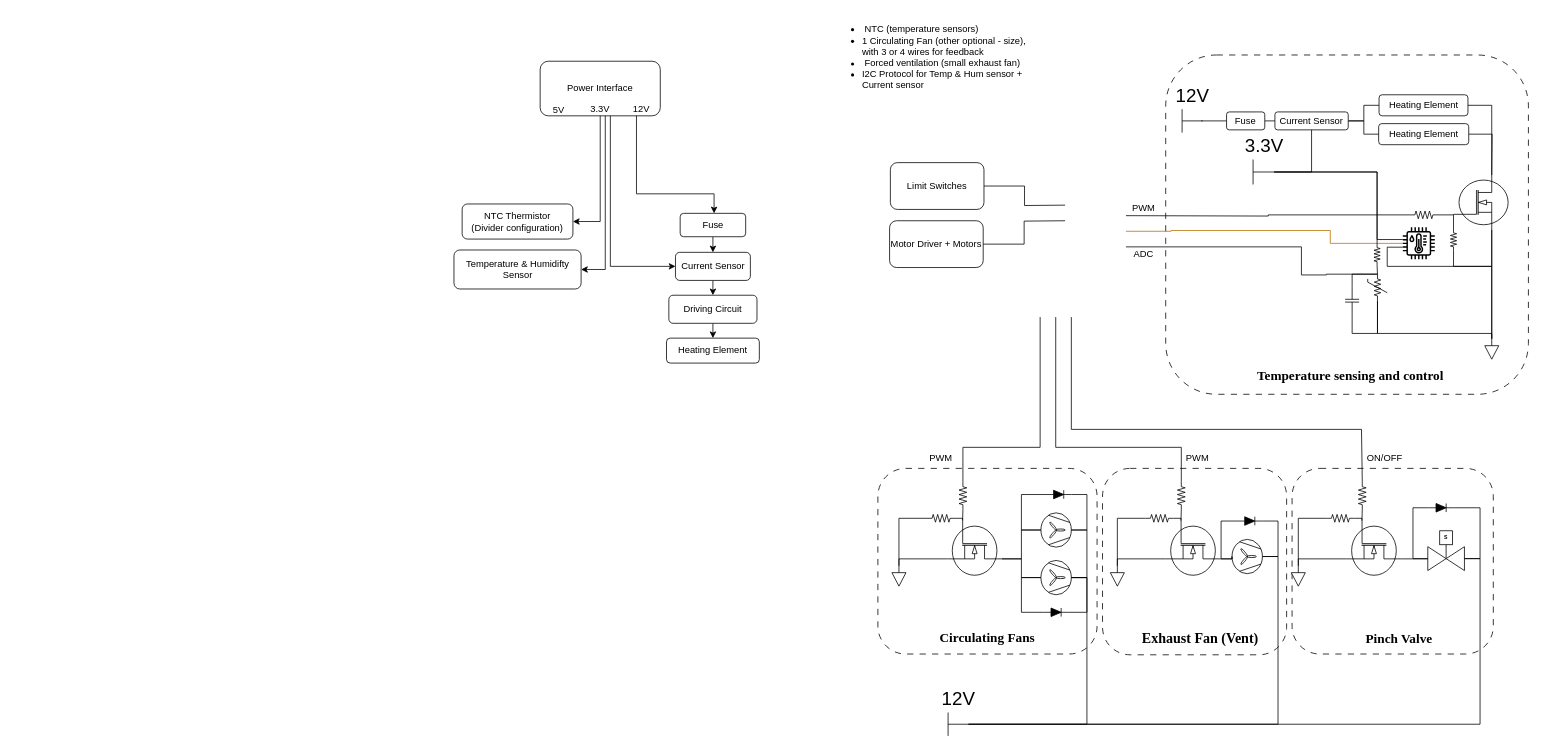
Before: docs/Temp & humidity control.drawio in musyani-io/solar-powered-incubator, a draw.io diagram. Source tidied: cells renumbered, new cells numbered last; positions are measured from the earlier drawing's top-left corner, leaving out a move shared by most shapes. Both pictures are drawn from the tidied source at 78%, with x=0, y=0 at pixel (454, 13).
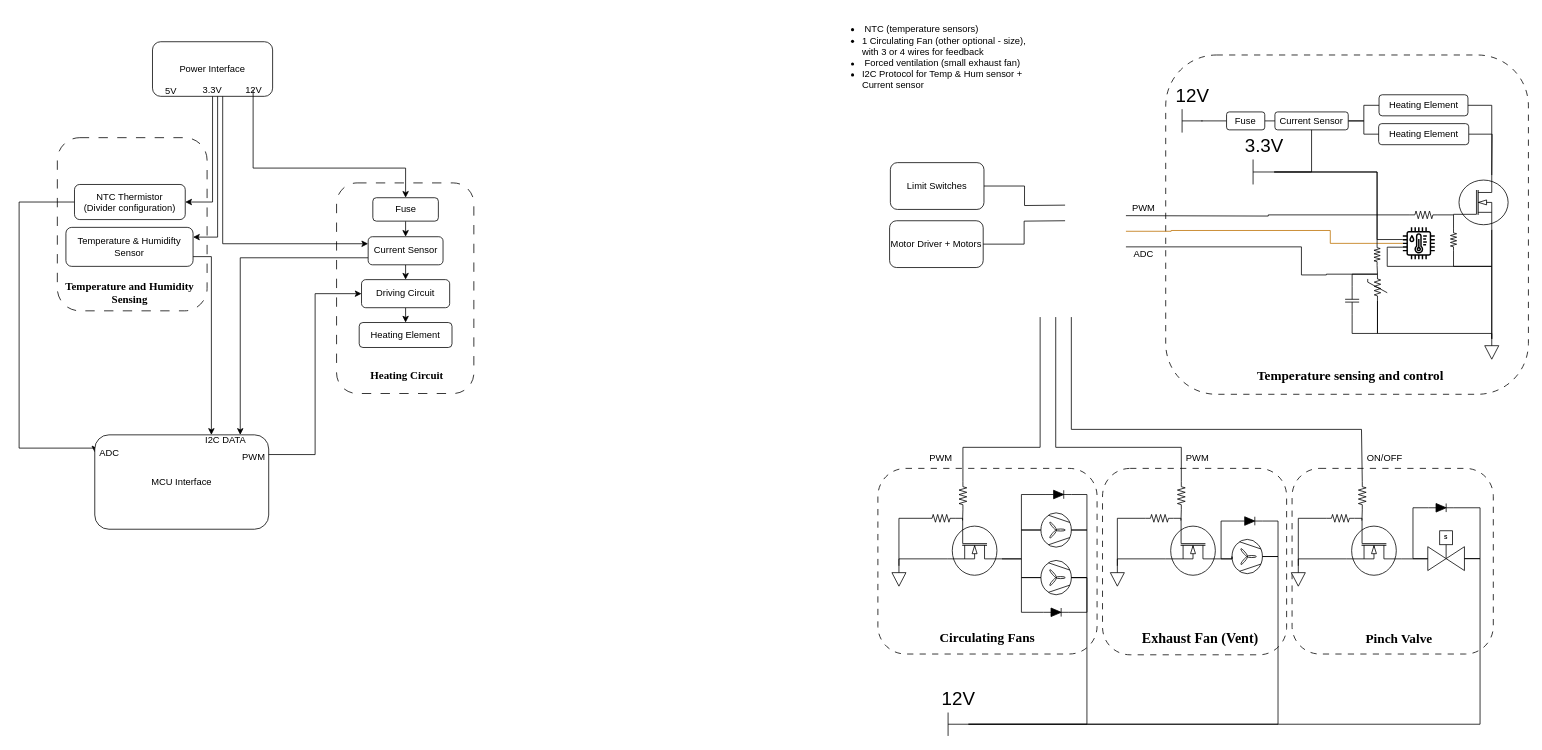
The same page after the edit.

Commit message:
fix: implemented heating circuit & sensing - block schematic

Change to the diagram source:
```diff
@@
+    <mxCell id="124" style="rounded=1;whiteSpace=wrap;html=1;dashed=1;dashPattern=12 12;" parent="1" vertex="1">
+      <mxGeometry x="-151" y="217" width="176" height="270" as="geometry" />
+    </mxCell>
@@
+    <mxCell id="125" style="rounded=1;whiteSpace=wrap;html=1;dashed=1;dashPattern=12 12;" parent="1" vertex="1">
+      <mxGeometry x="-509" y="159" width="192" height="222" as="geometry" />
+    </mxCell>
     <mxCell id="107" value="Power Interface" style="rounded=1;whiteSpace=wrap;html=1;" parent="1" vertex="1">
-      <mxGeometry x="110" y="61" width="154" height="70" as="geometry" />
+      <mxGeometry x="-387" y="36" width="154" height="70" as="geometry" />
     </mxCell>
@@
     <mxCell id="109" value="Fuse" style="rounded=1;whiteSpace=wrap;html=1;" parent="1" vertex="1">
-      <mxGeometry x="289.5" y="256" width="84" height="30" as="geometry" />
+      <mxGeometry x="-104.5" y="236" width="84" height="30" as="geometry" />
     </mxCell>
@@
+    <mxCell id="126" style="edgeStyle=orthogonalEdgeStyle;rounded=0;jettySize=auto;html=1;exitX=0;exitY=0.75;exitDx=0;exitDy=0;entryX=0.75;entryY=0;entryDx=0;entryDy=0;" parent="1" edge="1" source="111" target="132">
+      <mxGeometry relative="1" as="geometry" />
+    </mxCell>
     <mxCell id="111" value="Current Sensor" style="rounded=1;whiteSpace=wrap;html=1;" parent="1" vertex="1">
-      <mxGeometry x="283.5" y="306" width="96" height="36" as="geometry" />
+      <mxGeometry x="-110.5" y="286" width="96" height="36" as="geometry" />
     </mxCell>
     <mxCell id="112" value="Heating Element" style="rounded=1;whiteSpace=wrap;html=1;" parent="1" vertex="1">
-      <mxGeometry x="272" y="416" width="119" height="32" as="geometry" />
+      <mxGeometry x="-122" y="396" width="119" height="32" as="geometry" />
     </mxCell>
+    <mxCell id="127" style="edgeStyle=orthogonalEdgeStyle;rounded=0;jettySize=auto;html=1;exitX=1;exitY=0.75;exitDx=0;exitDy=0;entryX=0.25;entryY=0;entryDx=0;entryDy=0;" parent="1" edge="1" source="113" target="132">
+      <mxGeometry relative="1" as="geometry" />
+    </mxCell>
     <mxCell id="113" value="Temperature &amp;amp; Humidifty Sensor" style="rounded=1;whiteSpace=wrap;html=1;" parent="1" vertex="1">
-      <mxGeometry x="-0.5" y="303" width="163" height="50" as="geometry" />
+      <mxGeometry x="-498" y="274" width="163" height="50" as="geometry" />
     </mxCell>
+    <mxCell id="128" style="edgeStyle=orthogonalEdgeStyle;rounded=0;jettySize=auto;html=1;exitX=0;exitY=0.5;exitDx=0;exitDy=0;entryX=0;entryY=0.5;entryDx=0;entryDy=0;" parent="1" edge="1" source="114" target="131">
+      <mxGeometry relative="1" as="geometry">
+        <Array as="points">
+          <mxPoint x="-558" y="242" />
+          <mxPoint x="-558" y="557" />
+        </Array>
+      </mxGeometry>
+    </mxCell>
     <mxCell id="114" value="NTC Thermistor&lt;div&gt;(Divider configuration)&lt;/div&gt;" style="rounded=1;whiteSpace=wrap;html=1;" parent="1" vertex="1">
-      <mxGeometry x="10" y="244" width="142" height="45" as="geometry" />
+      <mxGeometry x="-487" y="219" width="142" height="45" as="geometry" />
     </mxCell>
@@
     <mxCell id="116" value="Driving Circuit" style="rounded=1;whiteSpace=wrap;html=1;" parent="1" vertex="1">
-      <mxGeometry x="275" y="361" width="113" height="36" as="geometry" />
+      <mxGeometry x="-119" y="341" width="113" height="36" as="geometry" />
     </mxCell>
     <mxCell id="117" value="5V" style="text;html=1;whiteSpace=wrap;strokeColor=none;fillColor=none;align=center;verticalAlign=middle;rounded=0;" parent="1" vertex="1">
-      <mxGeometry x="115" y="117.5" width="38" height="13" as="geometry" />
+      <mxGeometry x="-382" y="92.5" width="38" height="13" as="geometry" />
     </mxCell>
-    <mxCell id="118" style="edgeStyle=orthogonalEdgeStyle;rounded=0;jettySize=auto;html=1;exitX=1;exitY=1;exitDx=0;exitDy=0;entryX=0;entryY=0.5;entryDx=0;entryDy=0;" parent="1" edge="1" source="121" target="111">
-      <mxGeometry relative="1" as="geometry" />
+    <mxCell id="118" style="edgeStyle=orthogonalEdgeStyle;rounded=0;jettySize=auto;html=1;entryX=0;entryY=0.25;entryDx=0;entryDy=0;exitX=1;exitY=1;exitDx=0;exitDy=0;" parent="1" edge="1" source="121" target="111">
+      <mxGeometry relative="1" as="geometry">
+        <Array as="points">
+          <mxPoint x="-297" y="295" />
+        </Array>
+      </mxGeometry>
     </mxCell>
-    <mxCell id="119" style="edgeStyle=orthogonalEdgeStyle;rounded=0;jettySize=auto;html=1;exitX=0.75;exitY=1;exitDx=0;exitDy=0;entryX=1;entryY=0.5;entryDx=0;entryDy=0;" parent="1" edge="1" source="121" target="113">
+    <mxCell id="119" style="edgeStyle=orthogonalEdgeStyle;rounded=0;jettySize=auto;html=1;exitX=0.75;exitY=1;exitDx=0;exitDy=0;entryX=1;entryY=0.25;entryDx=0;entryDy=0;" parent="1" edge="1" source="121" target="113">
       <mxGeometry relative="1" as="geometry" />
     </mxCell>
@@
     <mxCell id="121" value="3.3V" style="text;html=1;whiteSpace=wrap;strokeColor=none;fillColor=none;align=center;verticalAlign=middle;rounded=0;" parent="1" vertex="1">
-      <mxGeometry x="174" y="114" width="26" height="17" as="geometry" />
+      <mxGeometry x="-323" y="89" width="26" height="17" as="geometry" />
     </mxCell>
-    <mxCell id="122" style="edgeStyle=orthogonalEdgeStyle;rounded=0;jettySize=auto;html=1;exitX=0.25;exitY=1;exitDx=0;exitDy=0;" parent="1" edge="1" source="123" target="109">
-      <mxGeometry relative="1" as="geometry">
-        <Array as="points">
-          <mxPoint x="234" y="231" />
-          <mxPoint x="333" y="231" />
-        </Array>
-      </mxGeometry>
-    </mxCell>
+    <mxCell id="129" style="edgeStyle=orthogonalEdgeStyle;rounded=0;jettySize=auto;html=1;exitX=0.25;exitY=1;exitDx=0;exitDy=0;entryX=0.5;entryY=0;entryDx=0;entryDy=0;" parent="1" edge="1" target="109">
+      <mxGeometry relative="1" as="geometry">
+        <mxPoint x="-258" y="97.5" as="sourcePoint" />
+        <Array as="points">
+          <mxPoint x="-258" y="198" />
+          <mxPoint x="-63" y="198" />
+          <mxPoint x="-63" y="236" />
+        </Array>
+      </mxGeometry>
+    </mxCell>
     <mxCell id="123" value="12V" style="text;html=1;whiteSpace=wrap;strokeColor=none;fillColor=none;align=center;verticalAlign=middle;rounded=0;" parent="1" vertex="1">
-      <mxGeometry x="227" y="115" width="26" height="16" as="geometry" />
+      <mxGeometry x="-270" y="90" width="26" height="16" as="geometry" />
     </mxCell>
+    <mxCell id="130" value="MCU Interface" style="rounded=1;whiteSpace=wrap;html=1;" parent="1" vertex="1">
+      <mxGeometry x="-461" y="540" width="223" height="121" as="geometry" />
+    </mxCell>
+    <mxCell id="131" value="ADC" style="text;html=1;whiteSpace=wrap;strokeColor=none;fillColor=none;align=center;verticalAlign=middle;rounded=0;" parent="1" vertex="1">
+      <mxGeometry x="-461" y="556" width="38" height="13" as="geometry" />
+    </mxCell>
+    <mxCell id="132" value="I2C DATA" style="text;html=1;whiteSpace=wrap;strokeColor=none;fillColor=none;align=center;verticalAlign=middle;rounded=0;" parent="1" vertex="1">
+      <mxGeometry x="-330" y="540" width="74" height="13" as="geometry" />
+    </mxCell>
+    <mxCell id="133" value="&lt;div&gt;Temperature and Humidity&lt;/div&gt;&lt;div&gt;Sensing&lt;/div&gt;" style="text;html=1;whiteSpace=wrap;strokeColor=none;fillColor=none;align=center;verticalAlign=middle;rounded=0;fontFamily=Times New Roman;fontSize=14;fontStyle=1;" parent="1" vertex="1">
+      <mxGeometry x="-503" y="341" width="174" height="36" as="geometry" />
+    </mxCell>
+    <mxCell id="134" style="edgeStyle=orthogonalEdgeStyle;rounded=0;jettySize=auto;html=1;exitX=1;exitY=0.25;exitDx=0;exitDy=0;entryX=0;entryY=0.5;entryDx=0;entryDy=0;" parent="1" edge="1" source="135" target="116">
+      <mxGeometry relative="1" as="geometry" />
+    </mxCell>
+    <mxCell id="135" value="PWM" style="text;html=1;whiteSpace=wrap;strokeColor=none;fillColor=none;align=center;verticalAlign=middle;rounded=0;" parent="1" vertex="1">
+      <mxGeometry x="-276" y="562" width="38" height="13" as="geometry" />
+    </mxCell>
+    <mxCell id="136" value="Heating Circuit" style="text;html=1;whiteSpace=wrap;strokeColor=none;fillColor=none;align=center;verticalAlign=middle;rounded=0;fontFamily=Times New Roman;fontSize=14;fontStyle=1;" parent="1" vertex="1">
+      <mxGeometry x="-129" y="447" width="137" height="36" as="geometry" />
+    </mxCell>
```
